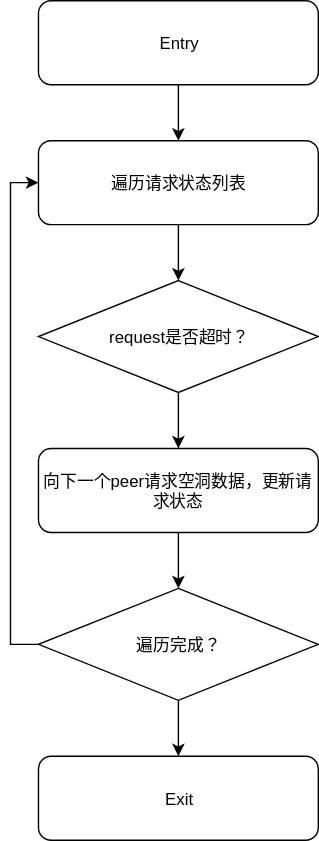
simbahebinbo/smallfat.github.io keeps this draw.io diagram as attachments/1629682848099.drawio.svg. Above is the earlier version. Source tidied: cells renumbered, new cells last; positions are measured from the earlier drawing's top-left corner, leaving out a move shared by most shapes. The source it was exported from:
```xml
<mxGraphModel>
  <root>
    <mxCell id="0" />
    <mxCell id="1" parent="0" />
    <mxCell id="2" style="edgeStyle=orthogonalEdgeStyle;rounded=0;jettySize=auto;html=1;" parent="1" edge="1" source="3" target="5">
      <mxGeometry relative="1" as="geometry" />
    </mxCell>
    <mxCell id="3" value="Entry" style="rounded=1;whiteSpace=wrap;html=1;" parent="1" vertex="1">
      <mxGeometry width="200" height="60" as="geometry" />
    </mxCell>
    <mxCell id="4" style="edgeStyle=orthogonalEdgeStyle;rounded=0;jettySize=auto;html=1;" parent="1" edge="1" source="5" target="10">
      <mxGeometry relative="1" as="geometry" />
    </mxCell>
    <mxCell id="5" value="遍历请求状态列表" style="rounded=1;whiteSpace=wrap;html=1;" parent="1" vertex="1">
      <mxGeometry y="100" width="200" height="60" as="geometry" />
    </mxCell>
    <mxCell id="6" style="edgeStyle=orthogonalEdgeStyle;rounded=0;jettySize=auto;html=1;" parent="1" edge="1" source="7" target="13">
      <mxGeometry relative="1" as="geometry" />
    </mxCell>
    <mxCell id="7" value="向下一个peer请求空洞数据，更新请求状态" style="rounded=1;whiteSpace=wrap;html=1;" parent="1" vertex="1">
      <mxGeometry y="320" width="200" height="60" as="geometry" />
    </mxCell>
    <mxCell id="8" value="Exit" style="rounded=1;whiteSpace=wrap;html=1;" parent="1" vertex="1">
      <mxGeometry y="540" width="200" height="60" as="geometry" />
    </mxCell>
    <mxCell id="9" style="edgeStyle=orthogonalEdgeStyle;rounded=0;jettySize=auto;html=1;" parent="1" edge="1" source="10" target="7">
      <mxGeometry relative="1" as="geometry" />
    </mxCell>
    <mxCell id="10" value="request是否超时？" style="rhombus;whiteSpace=wrap;html=1;" parent="1" vertex="1">
      <mxGeometry y="200" width="200" height="80" as="geometry" />
    </mxCell>
    <mxCell id="11" style="edgeStyle=orthogonalEdgeStyle;rounded=0;jettySize=auto;html=1;" parent="1" edge="1" source="13" target="8">
      <mxGeometry relative="1" as="geometry" />
    </mxCell>
    <mxCell id="12" style="edgeStyle=orthogonalEdgeStyle;rounded=0;jettySize=auto;html=1;exitX=0;exitY=0.5;exitDx=0;exitDy=0;entryX=0;entryY=0.5;entryDx=0;entryDy=0;" parent="1" edge="1" source="13" target="5">
      <mxGeometry relative="1" as="geometry" />
    </mxCell>
    <mxCell id="13" value="遍历完成？" style="rhombus;whiteSpace=wrap;html=1;" parent="1" vertex="1">
      <mxGeometry y="420" width="200" height="80" as="geometry" />
    </mxCell>
  </root>
</mxGraphModel>
```
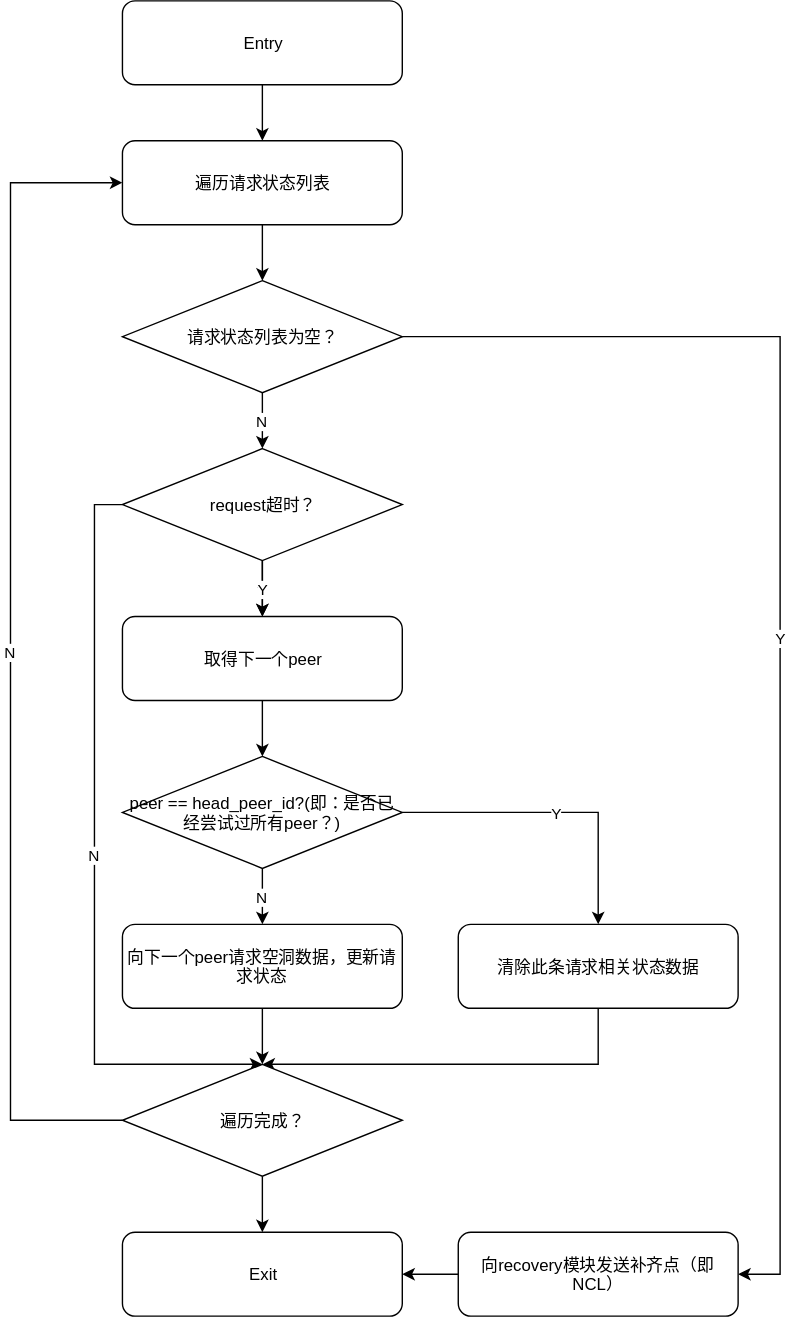
The same diagram one commit later.

Commit message:
添加附件 : attachments/1629682848099.drawio.svg

The edit, as a diff of the source:
```diff
@@ -6,37 +6,98 @@
       <mxGeometry relative="1" as="geometry" />
     </mxCell>
     <mxCell id="3" value="Entry" style="rounded=1;whiteSpace=wrap;html=1;" parent="1" vertex="1">
-      <mxGeometry width="200" height="60" as="geometry" />
+      <mxGeometry y="-120" width="200" height="60" as="geometry" />
     </mxCell>
-    <mxCell id="4" style="edgeStyle=orthogonalEdgeStyle;rounded=0;jettySize=auto;html=1;" parent="1" edge="1" source="5" target="10">
-      <mxGeometry relative="1" as="geometry" />
-    </mxCell>
+    <mxCell id="14" style="edgeStyle=orthogonalEdgeStyle;rounded=0;jettySize=auto;html=1;" parent="1" edge="1" source="5" target="20">
+      <mxGeometry relative="1" as="geometry" />
+    </mxCell>
     <mxCell id="5" value="遍历请求状态列表" style="rounded=1;whiteSpace=wrap;html=1;" parent="1" vertex="1">
-      <mxGeometry y="100" width="200" height="60" as="geometry" />
+      <mxGeometry y="-20" width="200" height="60" as="geometry" />
     </mxCell>
     <mxCell id="6" style="edgeStyle=orthogonalEdgeStyle;rounded=0;jettySize=auto;html=1;" parent="1" edge="1" source="7" target="13">
       <mxGeometry relative="1" as="geometry" />
     </mxCell>
     <mxCell id="7" value="向下一个peer请求空洞数据，更新请求状态" style="rounded=1;whiteSpace=wrap;html=1;" parent="1" vertex="1">
-      <mxGeometry y="320" width="200" height="60" as="geometry" />
+      <mxGeometry y="540" width="200" height="60" as="geometry" />
     </mxCell>
     <mxCell id="8" value="Exit" style="rounded=1;whiteSpace=wrap;html=1;" parent="1" vertex="1">
-      <mxGeometry y="540" width="200" height="60" as="geometry" />
+      <mxGeometry y="760" width="200" height="60" as="geometry" />
     </mxCell>
-    <mxCell id="9" style="edgeStyle=orthogonalEdgeStyle;rounded=0;jettySize=auto;html=1;" parent="1" edge="1" source="10" target="7">
-      <mxGeometry relative="1" as="geometry" />
-    </mxCell>
+    <mxCell id="15" value="y" style="edgeStyle=orthogonalEdgeStyle;rounded=0;jettySize=auto;html=1;" parent="1" edge="1" source="10" target="27">
+      <mxGeometry relative="1" as="geometry" />
+    </mxCell>
+    <mxCell id="16" value="Y" style="edgeStyle=orthogonalEdgeStyle;rounded=0;jettySize=auto;html=1;" parent="1" edge="1" source="10" target="27">
+      <mxGeometry relative="1" as="geometry" />
+    </mxCell>
+    <mxCell id="17" value="N" style="edgeStyle=orthogonalEdgeStyle;rounded=0;jettySize=auto;html=1;exitX=0;exitY=0.5;exitDx=0;exitDy=0;entryX=0.5;entryY=0;entryDx=0;entryDy=0;" parent="1" edge="1" source="10" target="13">
+      <mxGeometry relative="1" as="geometry">
+        <Array as="points">
+          <mxPoint x="-20" y="240" />
+          <mxPoint x="-20" y="640" />
+        </Array>
+      </mxGeometry>
+    </mxCell>
-    <mxCell id="10" value="request是否超时？" style="rhombus;whiteSpace=wrap;html=1;" parent="1" vertex="1">
+    <mxCell id="10" value="request超时？" style="rhombus;whiteSpace=wrap;html=1;" parent="1" vertex="1">
       <mxGeometry y="200" width="200" height="80" as="geometry" />
     </mxCell>
+    <mxCell id="18" value="N" style="edgeStyle=orthogonalEdgeStyle;rounded=0;jettySize=auto;html=1;" parent="1" edge="1" source="20" target="10">
+      <mxGeometry relative="1" as="geometry" />
+    </mxCell>
+    <mxCell id="19" value="Y" style="edgeStyle=orthogonalEdgeStyle;rounded=0;jettySize=auto;html=1;exitX=1;exitY=0.5;exitDx=0;exitDy=0;entryX=1;entryY=0.5;entryDx=0;entryDy=0;" parent="1" edge="1" source="20" target="22">
+      <mxGeometry relative="1" as="geometry">
+        <Array as="points">
+          <mxPoint x="470" y="120" />
+          <mxPoint x="470" y="790" />
+        </Array>
+      </mxGeometry>
+    </mxCell>
+    <mxCell id="20" value="请求状态列表为空？" style="rhombus;whiteSpace=wrap;html=1;" parent="1" vertex="1">
+      <mxGeometry y="80" width="200" height="80" as="geometry" />
+    </mxCell>
+    <mxCell id="21" style="edgeStyle=orthogonalEdgeStyle;rounded=0;jettySize=auto;html=1;" parent="1" edge="1" source="22" target="8">
+      <mxGeometry relative="1" as="geometry" />
+    </mxCell>
+    <mxCell id="22" value="向recovery模块发送补齐点（即NCL）" style="rounded=1;whiteSpace=wrap;html=1;" parent="1" vertex="1">
+      <mxGeometry x="240" y="760" width="200" height="60" as="geometry" />
+    </mxCell>
+    <mxCell id="23" value="N" style="edgeStyle=orthogonalEdgeStyle;rounded=0;jettySize=auto;html=1;" parent="1" edge="1" source="25" target="7">
+      <mxGeometry relative="1" as="geometry" />
+    </mxCell>
+    <mxCell id="24" value="Y" style="edgeStyle=orthogonalEdgeStyle;rounded=0;jettySize=auto;html=1;exitX=1;exitY=0.5;exitDx=0;exitDy=0;entryX=0.5;entryY=0;entryDx=0;entryDy=0;" parent="1" edge="1" source="25" target="29">
+      <mxGeometry relative="1" as="geometry" />
+    </mxCell>
+    <mxCell id="25" value="peer == head_peer_id?(即：是否已经尝试过所有peer？)" style="rhombus;whiteSpace=wrap;html=1;" parent="1" vertex="1">
+      <mxGeometry y="420" width="200" height="80" as="geometry" />
+    </mxCell>
+    <mxCell id="26" style="edgeStyle=orthogonalEdgeStyle;rounded=0;jettySize=auto;html=1;" parent="1" edge="1" source="27" target="25">
+      <mxGeometry relative="1" as="geometry" />
+    </mxCell>
+    <mxCell id="27" value="取得下一个peer" style="rounded=1;whiteSpace=wrap;html=1;" parent="1" vertex="1">
+      <mxGeometry y="320" width="200" height="60" as="geometry" />
+    </mxCell>
+    <mxCell id="28" style="edgeStyle=orthogonalEdgeStyle;rounded=0;jettySize=auto;html=1;exitX=0.5;exitY=1;exitDx=0;exitDy=0;entryX=0.5;entryY=0;entryDx=0;entryDy=0;" parent="1" edge="1" source="29" target="13">
+      <mxGeometry relative="1" as="geometry">
+        <Array as="points">
+          <mxPoint x="340" y="640" />
+        </Array>
+      </mxGeometry>
+    </mxCell>
+    <mxCell id="29" value="清除此条请求相关状态数据" style="rounded=1;whiteSpace=wrap;html=1;" parent="1" vertex="1">
+      <mxGeometry x="240" y="540" width="200" height="60" as="geometry" />
+    </mxCell>
+    <mxCell id="12" value="N" style="edgeStyle=orthogonalEdgeStyle;rounded=0;jettySize=auto;html=1;exitX=0;exitY=0.5;exitDx=0;exitDy=0;entryX=0;entryY=0.5;entryDx=0;entryDy=0;" parent="1" edge="1" source="13" target="5">
+      <mxGeometry relative="1" as="geometry">
+        <Array as="points">
+          <mxPoint x="-80" y="680" />
+          <mxPoint x="-80" y="10" />
+        </Array>
+      </mxGeometry>
+    </mxCell>
     <mxCell id="11" style="edgeStyle=orthogonalEdgeStyle;rounded=0;jettySize=auto;html=1;" parent="1" edge="1" source="13" target="8">
       <mxGeometry relative="1" as="geometry" />
     </mxCell>
-    <mxCell id="12" style="edgeStyle=orthogonalEdgeStyle;rounded=0;jettySize=auto;html=1;exitX=0;exitY=0.5;exitDx=0;exitDy=0;entryX=0;entryY=0.5;entryDx=0;entryDy=0;" parent="1" edge="1" source="13" target="5">
-      <mxGeometry relative="1" as="geometry" />
-    </mxCell>
     <mxCell id="13" value="遍历完成？" style="rhombus;whiteSpace=wrap;html=1;" parent="1" vertex="1">
-      <mxGeometry y="420" width="200" height="80" as="geometry" />
+      <mxGeometry y="640" width="200" height="80" as="geometry" />
     </mxCell>
   </root>
 </mxGraphModel>
```
